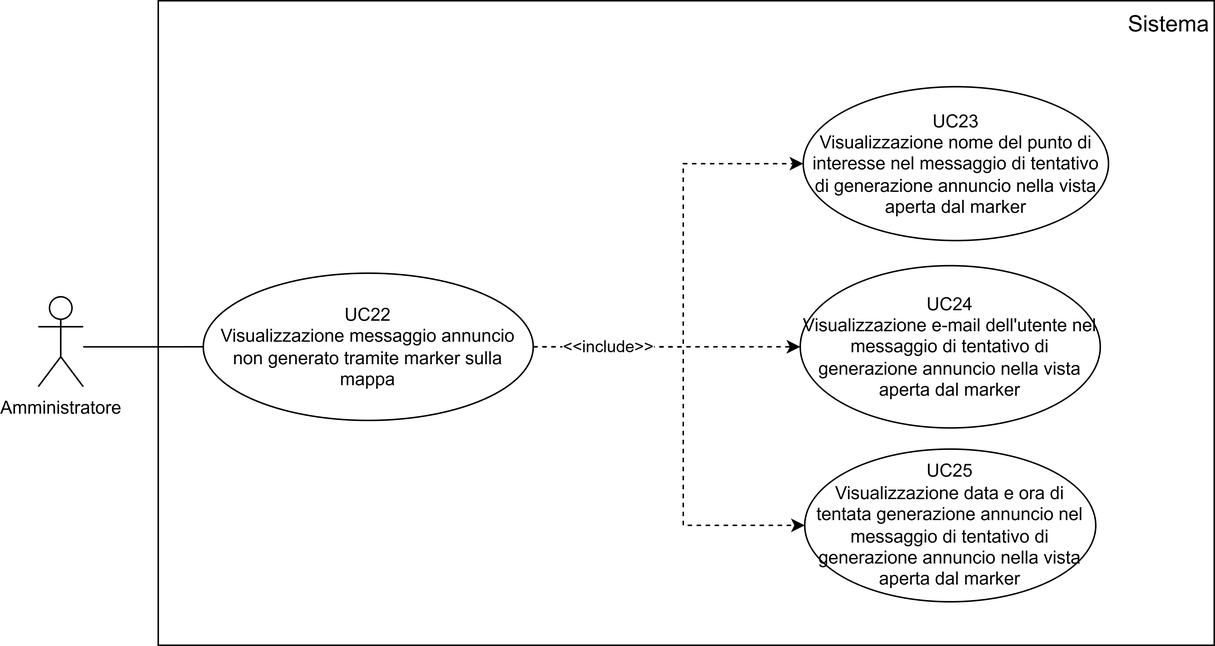
Earlier version of the draw.io export assets/use_cases/UC22-23-24-25.png (SWEatUNIPD/docs). Source tidied: cells renumbered, new cells last; positions are measured from the earlier drawing's top-left corner, leaving out a move shared by most shapes.
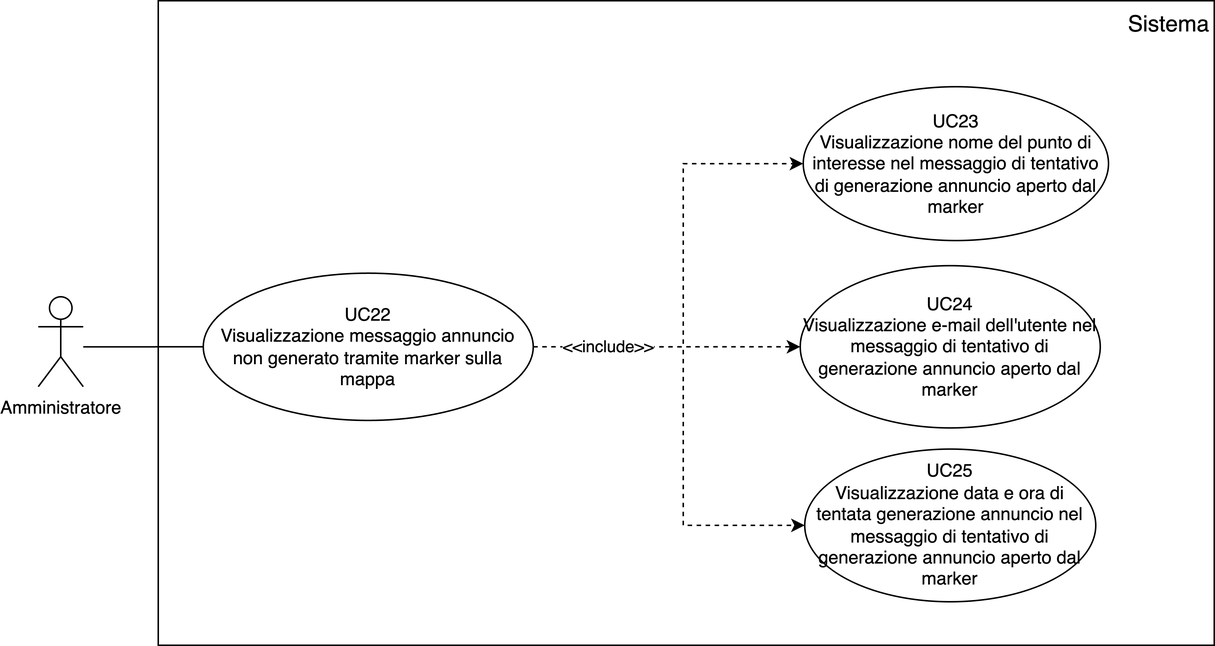
The same diagram one commit later.

Change to the diagram source:
```diff
@@ -42,13 +42,13 @@
     <mxCell id="9" value="UC22&lt;div&gt;Visualizzazione messaggio annuncio non generato tramite marker sulla mappa&lt;/div&gt;" style="ellipse;whiteSpace=wrap;html=1;fillColor=none;" parent="1" vertex="1">
       <mxGeometry x="110" y="181.8" width="220" height="98.2" as="geometry" />
     </mxCell>
-    <mxCell id="10" value="UC25&lt;div&gt;Visualizzazione data e ora di tentata generazione annuncio nel messaggio di tentativo di generazione annuncio nella vista aperta dal marker&lt;/div&gt;" style="ellipse;whiteSpace=wrap;html=1;fillColor=none;" parent="1" vertex="1">
+    <mxCell id="10" value="UC25&lt;div&gt;Visualizzazione data e ora di tentata generazione annuncio nel messaggio di tentativo di generazione annuncio aperto dal marker&lt;/div&gt;" style="ellipse;whiteSpace=wrap;html=1;fillColor=none;" parent="1" vertex="1">
       <mxGeometry x="511" y="299.1" width="194" height="101.9" as="geometry" />
     </mxCell>
-    <mxCell id="11" value="UC23&lt;div&gt;Visualizzazione nome del punto di interesse nel messaggio di tentativo di generazione annuncio nella vista aperta dal marker&lt;/div&gt;" style="ellipse;whiteSpace=wrap;html=1;fillColor=none;" parent="1" vertex="1">
+    <mxCell id="11" value="UC23&lt;div&gt;Visualizzazione nome del punto di interesse nel messaggio di tentativo di generazione annuncio aperto dal marker&lt;/div&gt;" style="ellipse;whiteSpace=wrap;html=1;fillColor=none;" parent="1" vertex="1">
       <mxGeometry x="510" y="57.4" width="203.5" height="102.6" as="geometry" />
     </mxCell>
-    <mxCell id="12" value="UC24&lt;div&gt;Visualizzazione e-mail dell'utente nel messaggio di tentativo di generazione annuncio nella vista aperta dal marker&lt;/div&gt;" style="ellipse;whiteSpace=wrap;html=1;fillColor=none;" parent="1" vertex="1">
+    <mxCell id="12" value="UC24&lt;div&gt;Visualizzazione e-mail dell'utente nel messaggio di tentativo di generazione annuncio aperto dal marker&lt;/div&gt;" style="ellipse;whiteSpace=wrap;html=1;fillColor=none;" parent="1" vertex="1">
       <mxGeometry x="508" y="176.8" width="200" height="108.2" as="geometry" />
     </mxCell>
     <mxCell id="13" value="&lt;font style=&quot;font-size: 15px;&quot;&gt;Sistema&lt;/font&gt;" style="text;html=1;align=center;verticalAlign=middle;whiteSpace=wrap;rounded=0;" parent="1" vertex="1">
```
